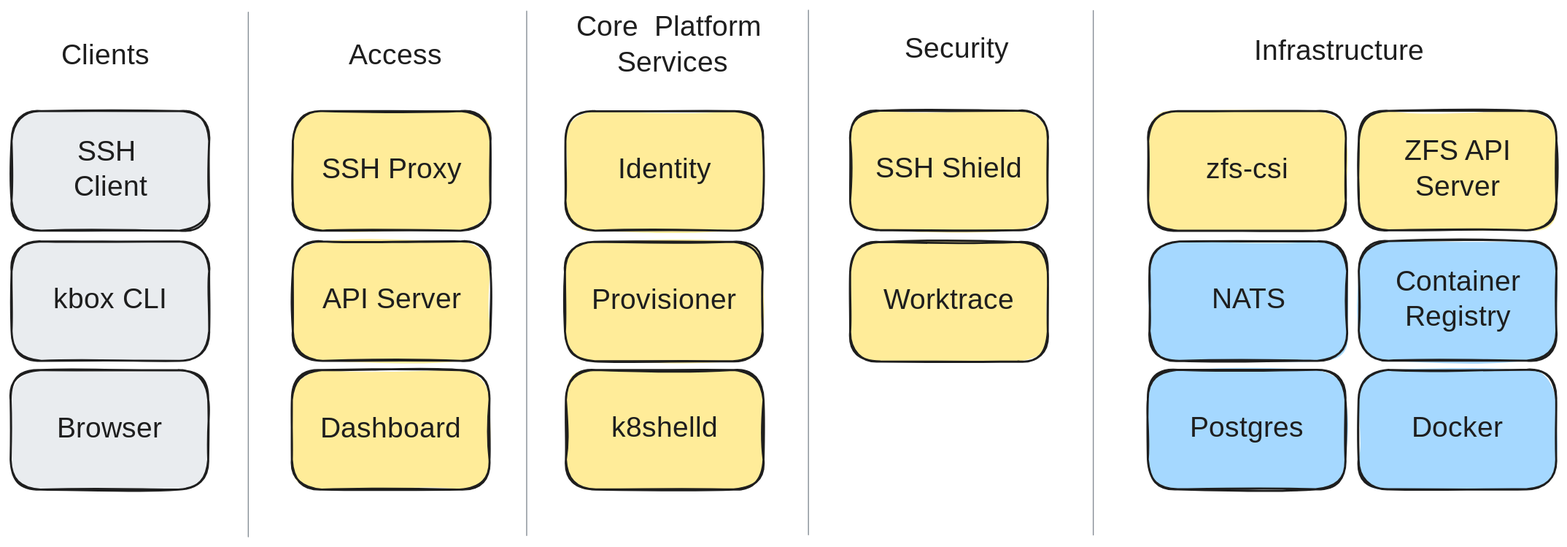
This is static/img/diagrams/k8shell-architecture.excalidraw.svg from k8shell-io/docs, a Excalidraw export, as it was before one commit. Source tidied: one line per element, renumbered; positions are measured from the earlier drawing's top-left corner, leaving out a move shared by most shapes.
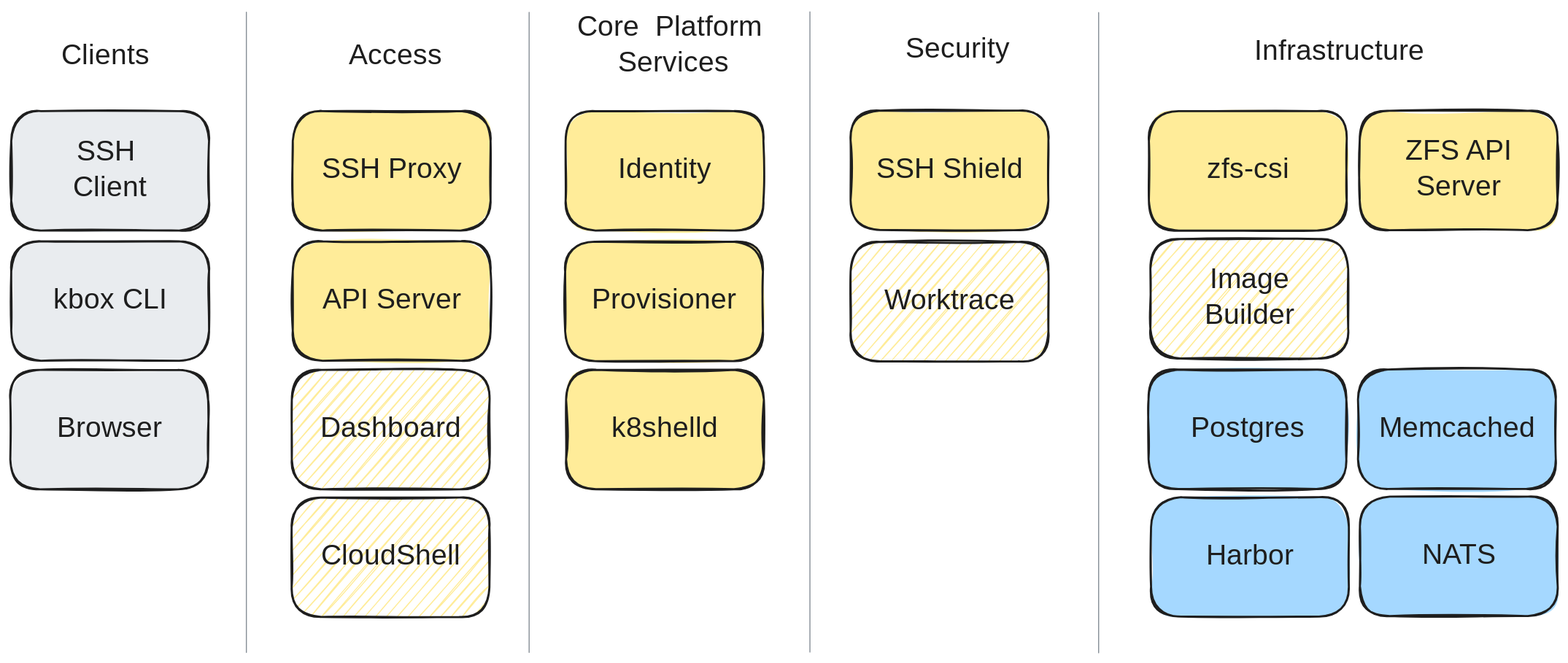
The same diagram one commit later.

Change to the diagram source:
```diff
@@ -1,4 +1,4 @@
-{"id": 0, "type": "rectangle", "strokeColor": "#1e1e1e", "backgroundColor": "#ffec99", "fillStyle": "solid", "strokeWidth": 2, "roughness": 1, "round": true, "x": 276, "y": 352, "width": 194, "height": 117}
+{"id": 0, "type": "rectangle", "strokeColor": "#1e1e1e", "backgroundColor": "#ffec99", "fillStyle": "hachure", "strokeWidth": 2, "roughness": 1, "round": true, "x": 276, "y": 352, "width": 194, "height": 117}
 {"id": 1, "type": "text", "text": "Dashboard", "strokeColor": "#1e1e1e", "strokeWidth": 2, "roughness": 1, "fontSize": 28, "fontFamily": 5, "textAlign": "center", "verticalAlign": "middle", "inside": 0, "x": 299, "y": 393, "width": 146, "height": 35}
 {"id": 2, "type": "rectangle", "strokeColor": "#1e1e1e", "backgroundColor": "#ffec99", "fillStyle": "solid", "strokeWidth": 2, "roughness": 1, "round": true, "x": 544, "y": 99, "width": 194, "height": 117}
 {"id": 3, "type": "text", "text": "Identity", "strokeColor": "#1e1e1e", "strokeWidth": 2, "roughness": 1, "fontSize": 28, "fontFamily": 5, "textAlign": "center", "verticalAlign": "middle", "inside": 2, "x": 583, "y": 140, "width": 115, "height": 35}
@@ -20,24 +20,28 @@
 {"id": 19, "type": "text", "text": "SSH Proxy", "strokeColor": "#1e1e1e", "strokeWidth": 2, "roughness": 1, "fontSize": 28, "fontFamily": 5, "textAlign": "center", "verticalAlign": "middle", "inside": 18, "x": 303, "y": 140, "width": 141, "height": 35}
 {"id": 20, "type": "rectangle", "strokeColor": "#1e1e1e", "backgroundColor": "#e9ecef", "fillStyle": "solid", "strokeWidth": 2, "roughness": 1, "round": true, "x": 1, "y": 99, "width": 194, "height": 117}
 {"id": 21, "type": "text", "text": "SSH \nClient", "strokeColor": "#1e1e1e", "strokeWidth": 2, "roughness": 1, "fontSize": 28, "fontFamily": 5, "textAlign": "center", "verticalAlign": "middle", "inside": 20, "x": 60, "y": 122, "width": 76, "height": 70}
-{"id": 22, "type": "rectangle", "strokeColor": "#1e1e1e", "backgroundColor": "#a5d8ff", "fillStyle": "solid", "strokeWidth": 2, "roughness": 1, "round": true, "x": 1321, "y": 226, "width": 194, "height": 117}
+{"id": 22, "type": "rectangle", "strokeColor": "#1e1e1e", "backgroundColor": "#a5d8ff", "fillStyle": "solid", "strokeWidth": 2, "roughness": 1, "round": true, "x": 1319, "y": 352, "width": 194, "height": 117}
-{"id": 23, "type": "text", "text": "Container\nRegistry", "strokeColor": "#1e1e1e", "strokeWidth": 2, "roughness": 1, "fontSize": 28, "fontFamily": 5, "textAlign": "center", "verticalAlign": "middle", "inside": 22, "x": 1362, "y": 249, "width": 110, "height": 70}
+{"id": 23, "type": "text", "text": "Memcached", "strokeColor": "#1e1e1e", "strokeWidth": 2, "roughness": 1, "fontSize": 28, "fontFamily": 5, "textAlign": "center", "verticalAlign": "middle", "inside": 22, "x": 1342, "y": 393, "width": 147, "height": 35}
-{"id": 24, "type": "rectangle", "strokeColor": "#1e1e1e", "backgroundColor": "#a5d8ff", "fillStyle": "solid", "strokeWidth": 2, "roughness": 1, "round": true, "x": 1321, "y": 352, "width": 194, "height": 117}
+{"id": 24, "type": "rectangle", "strokeColor": "#1e1e1e", "backgroundColor": "#a5d8ff", "fillStyle": "solid", "strokeWidth": 2, "roughness": 1, "round": true, "x": 1117, "y": 477, "width": 194, "height": 117}
-{"id": 25, "type": "text", "text": "Docker", "strokeColor": "#1e1e1e", "strokeWidth": 2, "roughness": 1, "fontSize": 28, "fontFamily": 5, "textAlign": "center", "verticalAlign": "middle", "inside": 24, "x": 1376, "y": 393, "width": 82, "height": 35}
+{"id": 25, "type": "text", "text": "Harbor", "strokeColor": "#1e1e1e", "strokeWidth": 2, "roughness": 1, "fontSize": 28, "fontFamily": 5, "textAlign": "center", "verticalAlign": "middle", "inside": 24, "x": 1170, "y": 518, "width": 88, "height": 35}
-{"id": 26, "type": "rectangle", "strokeColor": "#1e1e1e", "backgroundColor": "#a5d8ff", "fillStyle": "solid", "strokeWidth": 2, "roughness": 1, "round": true, "x": 1116, "y": 226, "width": 194, "height": 117}
+{"id": 26, "type": "rectangle", "strokeColor": "#1e1e1e", "backgroundColor": "#a5d8ff", "fillStyle": "solid", "strokeWidth": 2, "roughness": 1, "round": true, "x": 1321, "y": 476, "width": 194, "height": 117}
-{"id": 27, "type": "text", "text": "NATS", "strokeColor": "#1e1e1e", "strokeWidth": 2, "roughness": 1, "fontSize": 28, "fontFamily": 5, "textAlign": "center", "verticalAlign": "middle", "inside": 26, "x": 1178, "y": 267, "width": 70, "height": 35}
+{"id": 27, "type": "text", "text": "NATS", "strokeColor": "#1e1e1e", "strokeWidth": 2, "roughness": 1, "fontSize": 28, "fontFamily": 5, "textAlign": "center", "verticalAlign": "middle", "inside": 26, "x": 1383, "y": 517, "width": 70, "height": 35}
 {"id": 28, "type": "rectangle", "strokeColor": "#1e1e1e", "backgroundColor": "#a5d8ff", "fillStyle": "solid", "strokeWidth": 2, "roughness": 1, "round": true, "x": 1114, "y": 352, "width": 194, "height": 117}
-{"id": 29, "type": "text", "text": "Postgres", "strokeColor": "#1e1e1e", "strokeWidth": 2, "roughness": 1, "fontSize": 28, "fontFamily": 5, "textAlign": "center", "verticalAlign": "middle", "inside": 28, "x": 1164, "y": 393, "width": 95, "height": 35}
+{"id": 29, "type": "text", "text": "Postgres", "strokeColor": "#1e1e1e", "strokeWidth": 2, "roughness": 1, "fontSize": 28, "fontFamily": 5, "textAlign": "center", "verticalAlign": "middle", "inside": 28, "x": 1149, "y": 393, "width": 123, "height": 35}
 {"id": 30, "type": "rectangle", "strokeColor": "#1e1e1e", "backgroundColor": "#ffec99", "fillStyle": "solid", "strokeWidth": 2, "roughness": 1, "round": true, "x": 823, "y": 98, "width": 194, "height": 117}
 {"id": 31, "type": "text", "text": "SSH Shield", "strokeColor": "#1e1e1e", "strokeWidth": 2, "roughness": 1, "fontSize": 28, "fontFamily": 5, "textAlign": "center", "verticalAlign": "middle", "inside": 30, "x": 854, "y": 139, "width": 130, "height": 35}
 {"id": 32, "type": "text", "text": "Clients", "strokeColor": "#1e1e1e", "backgroundColor": "#ffec99", "fillStyle": "solid", "strokeWidth": 2, "roughness": 1, "fontSize": 28, "fontFamily": 5, "x": 50, "y": 28, "width": 91, "height": 35}
 {"id": 33, "type": "text", "text": "Access", "strokeColor": "#1e1e1e", "backgroundColor": "#ffec99", "fillStyle": "solid", "strokeWidth": 2, "roughness": 1, "fontSize": 28, "fontFamily": 5, "textAlign": "center", "x": 331, "y": 28, "width": 93, "height": 35}
 {"id": 34, "type": "text", "text": "Core  Platform \nServices", "strokeColor": "#1e1e1e", "backgroundColor": "#ffec99", "fillStyle": "solid", "strokeWidth": 2, "roughness": 1, "fontSize": 28, "fontFamily": 5, "textAlign": "center", "x": 543, "y": 0, "width": 212, "height": 70}
 {"id": 35, "type": "text", "text": "Infrastructure", "strokeColor": "#1e1e1e", "backgroundColor": "#ffec99", "fillStyle": "solid", "strokeWidth": 2, "roughness": 1, "fontSize": 28, "fontFamily": 5, "textAlign": "center", "x": 1202, "y": 24, "width": 199, "height": 35}
-{"id": 36, "type": "line", "strokeColor": "#868e96", "backgroundColor": "#ffec99", "fillStyle": "solid", "strokeWidth": 1, "roughness": 0, "round": true, "x": 233, "y": 2, "width": 0, "height": 513, "points": [[0, 0], [0, 513]]}
+{"id": 36, "type": "line", "strokeColor": "#868e96", "backgroundColor": "#ffec99", "fillStyle": "solid", "strokeWidth": 1, "roughness": 0, "round": true, "x": 508, "y": 2, "width": 0, "height": 627, "points": [[0, 0], [0, 627]]}
-{"id": 37, "type": "line", "strokeColor": "#868e96", "backgroundColor": "#ffec99", "fillStyle": "solid", "strokeWidth": 1, "roughness": 0, "round": true, "x": 506, "y": 1, "width": 0, "height": 513, "points": [[0, 0], [0, 513]]}
-{"id": 38, "type": "line", "strokeColor": "#868e96", "backgroundColor": "#ffec99", "fillStyle": "solid", "strokeWidth": 1, "roughness": 0, "round": true, "x": 782, "y": 0, "width": 0, "height": 513, "points": [[0, 0], [0, 513]]}
-{"id": 39, "type": "line", "strokeColor": "#868e96", "backgroundColor": "#ffec99", "fillStyle": "solid", "strokeWidth": 1, "roughness": 0, "round": true, "x": 1061, "y": 0, "width": 0, "height": 513, "points": [[0, 0], [0, 513]]}
-{"id": 40, "type": "rectangle", "strokeColor": "#1e1e1e", "backgroundColor": "#ffec99", "fillStyle": "solid", "strokeWidth": 2, "roughness": 1, "round": true, "x": 823, "y": 227, "width": 194, "height": 117}
+{"id": 40, "type": "rectangle", "strokeColor": "#1e1e1e", "backgroundColor": "#ffec99", "fillStyle": "hachure", "strokeWidth": 2, "roughness": 1, "round": true, "x": 823, "y": 227, "width": 194, "height": 117}
 {"id": 41, "type": "text", "text": "Worktrace", "strokeColor": "#1e1e1e", "strokeWidth": 2, "roughness": 1, "fontSize": 28, "fontFamily": 5, "textAlign": "center", "verticalAlign": "middle", "inside": 40, "x": 852, "y": 268, "width": 136, "height": 35}
 {"id": 42, "type": "text", "text": "Security", "strokeColor": "#1e1e1e", "backgroundColor": "#ffec99", "fillStyle": "solid", "strokeWidth": 2, "roughness": 1, "fontSize": 28, "fontFamily": 5, "textAlign": "center", "x": 871, "y": 22, "width": 111, "height": 35}
+{"id": 43, "type": "rectangle", "strokeColor": "#1e1e1e", "backgroundColor": "#ffec99", "fillStyle": "hachure", "strokeWidth": 2, "roughness": 1, "round": true, "x": 275, "y": 477, "width": 194, "height": 117}
+{"id": 44, "type": "text", "text": "CloudShell", "strokeColor": "#1e1e1e", "strokeWidth": 2, "roughness": 1, "fontSize": 28, "fontFamily": 5, "textAlign": "center", "verticalAlign": "middle", "inside": 43, "x": 305, "y": 518, "width": 134, "height": 35}
+{"id": 45, "type": "rectangle", "strokeColor": "#1e1e1e", "backgroundColor": "#ffec99", "fillStyle": "hachure", "strokeWidth": 2, "roughness": 1, "round": true, "x": 1116, "y": 224, "width": 194, "height": 117}
+{"id": 46, "type": "text", "text": "Image\nBuilder", "strokeColor": "#1e1e1e", "strokeWidth": 2, "roughness": 1, "fontSize": 28, "fontFamily": 5, "textAlign": "center", "verticalAlign": "middle", "inside": 45, "x": 1166, "y": 248, "width": 93, "height": 70}
+{"id": 47, "type": "line", "strokeColor": "#868e96", "backgroundColor": "#ffec99", "fillStyle": "solid", "strokeWidth": 1, "roughness": 0, "round": true, "x": 231, "y": 2, "width": 0, "height": 627, "points": [[0, 0], [0, 627]]}
+{"id": 48, "type": "line", "strokeColor": "#868e96", "backgroundColor": "#ffec99", "fillStyle": "solid", "strokeWidth": 1, "roughness": 0, "round": true, "x": 783, "y": 2, "width": 0, "height": 627, "points": [[0, 0], [0, 627]]}
+{"id": 49, "type": "line", "strokeColor": "#868e96", "backgroundColor": "#ffec99", "fillStyle": "solid", "strokeWidth": 1, "roughness": 0, "round": true, "x": 1065, "y": 2, "width": 0, "height": 627, "points": [[0, 0], [0, 627]]}
```
